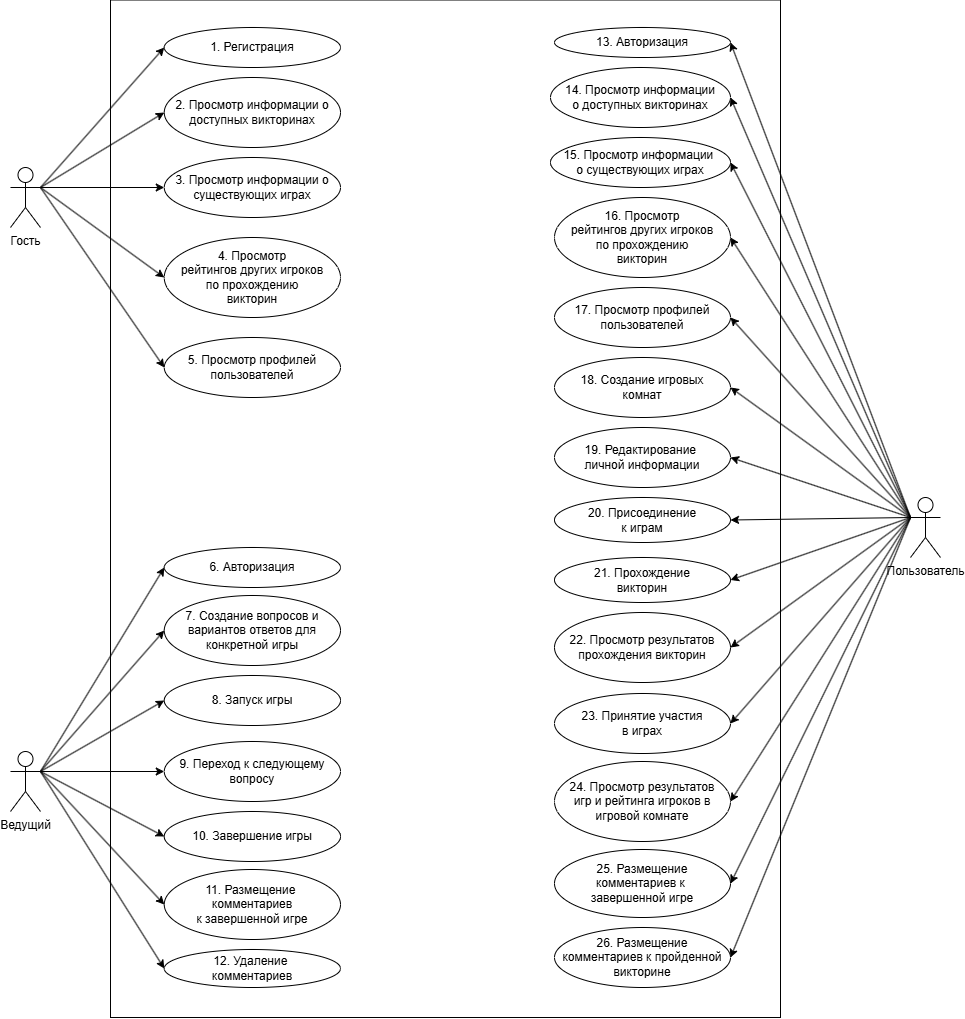
Earlier version of the draw.io export Documentation/diagrams/new 2.0/UseCase_WithNumbers.drawio (1).png (pome1lo/Bellini). Source tidied: cells renumbered, new cells last; positions are measured from the earlier drawing's top-left corner, leaving out a move shared by most shapes.
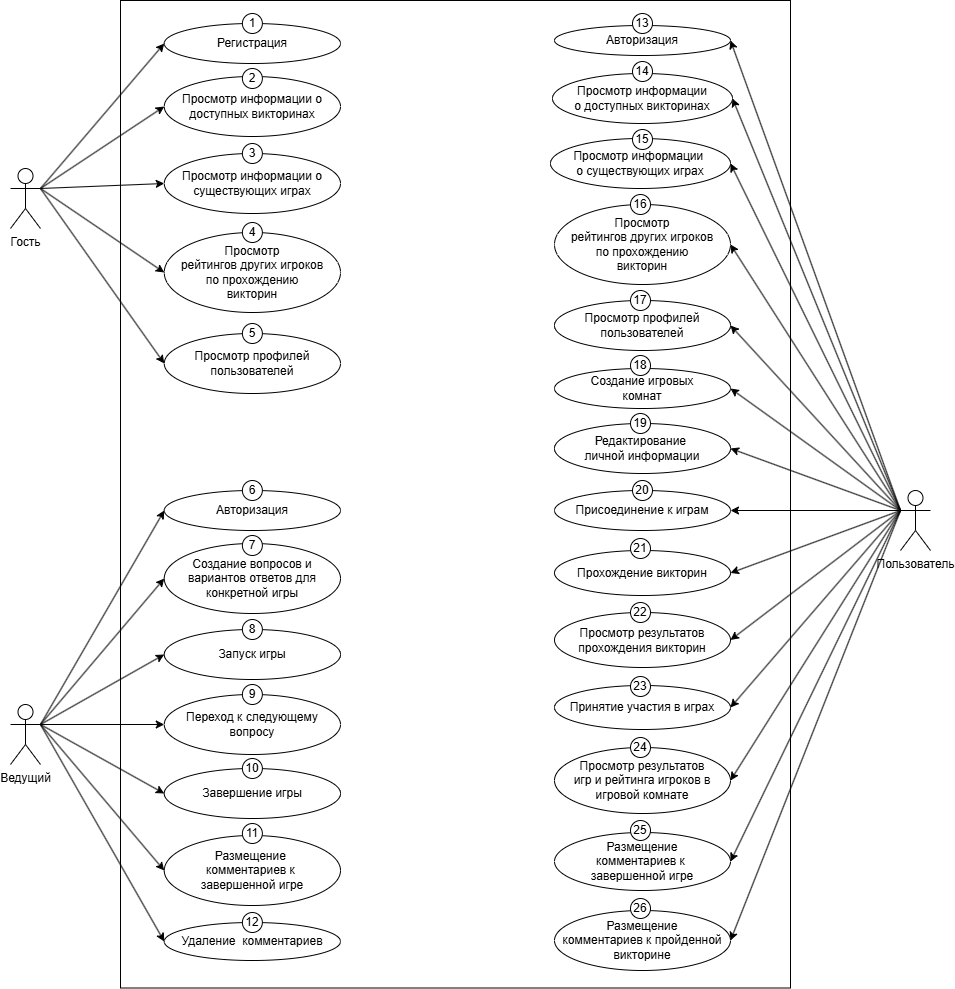
After the commit.

What changed in the source:
```diff
@@ -3,7 +3,7 @@
     <mxCell id="0" />
     <mxCell id="1" parent="0" />
     <mxCell id="2" style="rounded=0;whiteSpace=wrap;html=1;" parent="1" vertex="1">
-      <mxGeometry x="100" y="0.5" width="670" height="1017.5" as="geometry" />
+      <mxGeometry x="110" y="18" width="670" height="987.5" as="geometry" />
     </mxCell>
     <mxCell id="3" style="rounded=0;jettySize=auto;html=1;exitX=0;exitY=0.3333333333333333;exitDx=0;exitDy=0;exitPerimeter=0;entryX=1;entryY=0.5;entryDx=0;entryDy=0;" parent="1" edge="1" source="17" target="34">
       <mxGeometry relative="1" as="geometry" />
@@ -48,7 +48,7 @@
       <mxGeometry relative="1" as="geometry" />
     </mxCell>
     <mxCell id="17" value="Пользователь" style="shape=umlActor;verticalLabelPosition=bottom;verticalAlign=top;html=1;outlineConnect=0;" parent="1" vertex="1">
-      <mxGeometry x="900" y="498" width="30" height="60" as="geometry" />
+      <mxGeometry x="890" y="508" width="30" height="60" as="geometry" />
     </mxCell>
     <mxCell id="18" style="rounded=0;jettySize=auto;html=1;exitX=1;exitY=0.3333333333333333;exitDx=0;exitDy=0;exitPerimeter=0;entryX=0;entryY=0.5;entryDx=0;entryDy=0;" parent="1" edge="1" source="25" target="33">
       <mxGeometry relative="1" as="geometry" />
@@ -72,7 +72,7 @@
       <mxGeometry relative="1" as="geometry" />
     </mxCell>
     <mxCell id="25" value="Ведущий" style="shape=umlActor;verticalLabelPosition=bottom;verticalAlign=top;html=1;outlineConnect=0;" parent="1" vertex="1">
-      <mxGeometry y="752" width="30" height="60" as="geometry" />
+      <mxGeometry y="722" width="30" height="60" as="geometry" />
     </mxCell>
     <mxCell id="26" style="rounded=0;jettySize=auto;html=1;entryX=0;entryY=0.5;entryDx=0;entryDy=0;exitX=1;exitY=0.3333333333333333;exitDx=0;exitDy=0;exitPerimeter=0;" parent="1" edge="1" source="31" target="32">
       <mxGeometry relative="1" as="geometry" />
@@ -90,85 +90,163 @@
       <mxGeometry relative="1" as="geometry" />
     </mxCell>
     <mxCell id="31" value="Гость" style="shape=umlActor;verticalLabelPosition=bottom;verticalAlign=top;html=1;outlineConnect=0;" parent="1" vertex="1">
-      <mxGeometry y="168" width="30" height="60" as="geometry" />
+      <mxGeometry y="186" width="30" height="60" as="geometry" />
     </mxCell>
-    <mxCell id="32" value="1. Регистрация" style="ellipse;whiteSpace=wrap;html=1;" parent="1" vertex="1">
-      <mxGeometry x="153.8" y="28" width="176.2" height="40" as="geometry" />
+    <mxCell id="32" value="Регистрация" style="ellipse;whiteSpace=wrap;html=1;" parent="1" vertex="1">
+      <mxGeometry x="153.8" y="41" width="176.2" height="40" as="geometry" />
     </mxCell>
-    <mxCell id="33" value="6.&amp;nbsp;Авторизация" style="ellipse;whiteSpace=wrap;html=1;" parent="1" vertex="1">
-      <mxGeometry x="153.8" y="548" width="176.2" height="40" as="geometry" />
+    <mxCell id="33" value="Авторизация" style="ellipse;whiteSpace=wrap;html=1;" parent="1" vertex="1">
+      <mxGeometry x="153.8" y="508" width="176.2" height="40" as="geometry" />
     </mxCell>
-    <mxCell id="34" value="13.&amp;nbsp;Авторизация" style="ellipse;whiteSpace=wrap;html=1;" parent="1" vertex="1">
-      <mxGeometry x="544" y="28" width="176" height="30" as="geometry" />
+    <mxCell id="34" value="Авторизация" style="ellipse;whiteSpace=wrap;html=1;" parent="1" vertex="1">
+      <mxGeometry x="544" y="43" width="176" height="30" as="geometry" />
     </mxCell>
-    <mxCell id="35" value="2. Просмотр информации о доступных викторинах" style="ellipse;whiteSpace=wrap;html=1;" parent="1" vertex="1">
-      <mxGeometry x="153.8" y="78" width="176.2" height="70" as="geometry" />
+    <mxCell id="35" value="Просмотр информации о доступных викторинах" style="ellipse;whiteSpace=wrap;html=1;" parent="1" vertex="1">
+      <mxGeometry x="153.8" y="94" width="176.2" height="60" as="geometry" />
     </mxCell>
-    <mxCell id="36" value="14.&amp;nbsp;Просмотр информации&lt;div&gt;о доступных викторинах&lt;/div&gt;" style="ellipse;whiteSpace=wrap;html=1;" parent="1" vertex="1">
-      <mxGeometry x="540" y="68" width="180" height="60" as="geometry" />
+    <mxCell id="36" value="Просмотр информации&lt;div&gt;о доступных викторинах&lt;/div&gt;" style="ellipse;whiteSpace=wrap;html=1;" parent="1" vertex="1">
+      <mxGeometry x="542" y="91" width="180" height="50" as="geometry" />
     </mxCell>
-    <mxCell id="37" value="3. Просмотр информации о существующих играх" style="ellipse;whiteSpace=wrap;html=1;" parent="1" vertex="1">
-      <mxGeometry x="153.8" y="158" width="176.2" height="60" as="geometry" />
+    <mxCell id="37" value="Просмотр информации о существующих играх" style="ellipse;whiteSpace=wrap;html=1;" parent="1" vertex="1">
+      <mxGeometry x="153.8" y="171" width="176.2" height="60" as="geometry" />
     </mxCell>
-    <mxCell id="38" value="15.&amp;nbsp;Просмотр информации&amp;nbsp;&lt;div&gt;о существующих играх&lt;/div&gt;" style="ellipse;whiteSpace=wrap;html=1;" parent="1" vertex="1">
-      <mxGeometry x="540" y="138" width="180" height="50" as="geometry" />
+    <mxCell id="38" value="Просмотр информации&amp;nbsp;&lt;div&gt;о существующих играх&lt;/div&gt;" style="ellipse;whiteSpace=wrap;html=1;" parent="1" vertex="1">
+      <mxGeometry x="540" y="156" width="180" height="50" as="geometry" />
     </mxCell>
-    <mxCell id="39" value="4.&amp;nbsp;Просмотр&lt;div&gt;рейтингов&amp;nbsp;&lt;span style=&quot;background-color: initial;&quot;&gt;других игроков&lt;/span&gt;&lt;div&gt;по прохождению&lt;/div&gt;&lt;div&gt;викторин&lt;/div&gt;&lt;/div&gt;" style="ellipse;whiteSpace=wrap;html=1;" parent="1" vertex="1">
-      <mxGeometry x="153.8" y="238" width="176.2" height="80" as="geometry" />
+    <mxCell id="39" value="Просмотр&lt;div&gt;рейтингов&amp;nbsp;&lt;span style=&quot;background-color: initial;&quot;&gt;других игроков&lt;/span&gt;&lt;div&gt;по прохождению&lt;/div&gt;&lt;div&gt;викторин&lt;/div&gt;&lt;/div&gt;" style="ellipse;whiteSpace=wrap;html=1;" parent="1" vertex="1">
+      <mxGeometry x="153.8" y="250" width="176.2" height="80" as="geometry" />
     </mxCell>
-    <mxCell id="40" value="16.&amp;nbsp;Просмотр&lt;div&gt;рейтингов&amp;nbsp;&lt;span style=&quot;background-color: initial;&quot;&gt;других игроков&lt;/span&gt;&lt;div&gt;по прохождению&lt;/div&gt;&lt;div&gt;викторин&lt;/div&gt;&lt;/div&gt;" style="ellipse;whiteSpace=wrap;html=1;" parent="1" vertex="1">
-      <mxGeometry x="544" y="198" width="176" height="80" as="geometry" />
+    <mxCell id="40" value="Просмотр&lt;div&gt;рейтингов&amp;nbsp;&lt;span style=&quot;background-color: initial;&quot;&gt;других игроков&lt;/span&gt;&lt;div&gt;по прохождению&lt;/div&gt;&lt;div&gt;викторин&lt;/div&gt;&lt;/div&gt;" style="ellipse;whiteSpace=wrap;html=1;" parent="1" vertex="1">
+      <mxGeometry x="544" y="222" width="176" height="80" as="geometry" />
     </mxCell>
-    <mxCell id="41" value="5.&amp;nbsp;Просмотр профилей пользователей" style="ellipse;whiteSpace=wrap;html=1;" parent="1" vertex="1">
-      <mxGeometry x="153.8" y="338" width="176.2" height="60" as="geometry" />
+    <mxCell id="41" value="Просмотр профилей пользователей" style="ellipse;whiteSpace=wrap;html=1;" parent="1" vertex="1">
+      <mxGeometry x="153.8" y="351" width="176.2" height="60" as="geometry" />
     </mxCell>
-    <mxCell id="42" value="17.&amp;nbsp;Просмотр профилей пользователей" style="ellipse;whiteSpace=wrap;html=1;" parent="1" vertex="1">
-      <mxGeometry x="544" y="288" width="176" height="60" as="geometry" />
+    <mxCell id="42" value="Просмотр профилей пользователей" style="ellipse;whiteSpace=wrap;html=1;" parent="1" vertex="1">
+      <mxGeometry x="544" y="318" width="176" height="50" as="geometry" />
     </mxCell>
-    <mxCell id="43" value="18.&amp;nbsp;Создание игровых &lt;br&gt;комнат" style="ellipse;whiteSpace=wrap;html=1;" parent="1" vertex="1">
-      <mxGeometry x="544" y="358" width="176" height="60" as="geometry" />
+    <mxCell id="43" value="Создание игровых &lt;br&gt;комнат" style="ellipse;whiteSpace=wrap;html=1;" parent="1" vertex="1">
+      <mxGeometry x="544" y="386" width="176" height="40" as="geometry" />
     </mxCell>
-    <mxCell id="44" value="19.&amp;nbsp;Редактирование&amp;nbsp;&lt;div&gt;личной информации&lt;/div&gt;" style="ellipse;whiteSpace=wrap;html=1;" parent="1" vertex="1">
-      <mxGeometry x="544" y="428" width="176" height="60" as="geometry" />
+    <mxCell id="44" value="Редактирование&amp;nbsp;&lt;div&gt;личной информации&lt;/div&gt;" style="ellipse;whiteSpace=wrap;html=1;" parent="1" vertex="1">
+      <mxGeometry x="544" y="441" width="176" height="50" as="geometry" />
     </mxCell>
-    <mxCell id="45" value="20.&amp;nbsp;Присоединение&lt;div&gt;к играм&lt;/div&gt;" style="ellipse;whiteSpace=wrap;html=1;" parent="1" vertex="1">
-      <mxGeometry x="544" y="498" width="176" height="45" as="geometry" />
+    <mxCell id="45" value="Присоединение&amp;nbsp;&lt;span style=&quot;background-color: initial;&quot;&gt;к играм&lt;/span&gt;" style="ellipse;whiteSpace=wrap;html=1;" parent="1" vertex="1">
+      <mxGeometry x="544" y="508" width="176" height="40" as="geometry" />
     </mxCell>
-    <mxCell id="46" value="21.&amp;nbsp;Прохождение &lt;br&gt;викторин" style="ellipse;whiteSpace=wrap;html=1;" parent="1" vertex="1">
-      <mxGeometry x="544" y="558" width="176" height="45" as="geometry" />
+    <mxCell id="46" value="Прохождение викторин" style="ellipse;whiteSpace=wrap;html=1;" parent="1" vertex="1">
+      <mxGeometry x="544" y="568" width="176" height="45" as="geometry" />
     </mxCell>
-    <mxCell id="47" value="22.&amp;nbsp;Просмотр результатов прохождения викторин" style="ellipse;whiteSpace=wrap;html=1;" parent="1" vertex="1">
-      <mxGeometry x="544" y="613" width="176" height="70" as="geometry" />
+    <mxCell id="47" value="Просмотр результатов прохождения викторин" style="ellipse;whiteSpace=wrap;html=1;" parent="1" vertex="1">
+      <mxGeometry x="544" y="630" width="176" height="55" as="geometry" />
     </mxCell>
-    <mxCell id="48" value="23.&amp;nbsp;Принятие участия&lt;div&gt;в играх&lt;/div&gt;" style="ellipse;whiteSpace=wrap;html=1;" parent="1" vertex="1">
-      <mxGeometry x="544" y="694" width="176" height="60" as="geometry" />
+    <mxCell id="48" value="Принятие участия&amp;nbsp;&lt;span style=&quot;background-color: initial;&quot;&gt;в играх&lt;/span&gt;" style="ellipse;whiteSpace=wrap;html=1;" parent="1" vertex="1">
+      <mxGeometry x="544" y="703" width="176" height="44" as="geometry" />
     </mxCell>
-    <mxCell id="49" value="24.&amp;nbsp;Просмотр результатов&lt;div&gt;игр и рейтинга игроков в игровой комнате&lt;/div&gt;" style="ellipse;whiteSpace=wrap;html=1;" parent="1" vertex="1">
-      <mxGeometry x="544" y="762" width="176" height="80" as="geometry" />
+    <mxCell id="49" value="Просмотр результатов&lt;div&gt;игр и рейтинга игроков в игровой комнате&lt;/div&gt;" style="ellipse;whiteSpace=wrap;html=1;" parent="1" vertex="1">
+      <mxGeometry x="544" y="765" width="176" height="66" as="geometry" />
     </mxCell>
-    <mxCell id="50" value="25.&amp;nbsp;Размещение &lt;br&gt;комментариев к&amp;nbsp;&lt;div&gt;завершенной игре&lt;/div&gt;" style="ellipse;whiteSpace=wrap;html=1;" parent="1" vertex="1">
-      <mxGeometry x="544" y="850" width="176" height="68" as="geometry" />
+    <mxCell id="50" value="Размещение &lt;br&gt;комментариев к&amp;nbsp;&lt;div&gt;завершенной игре&lt;/div&gt;" style="ellipse;whiteSpace=wrap;html=1;" parent="1" vertex="1">
+      <mxGeometry x="544" y="850" width="176" height="58" as="geometry" />
     </mxCell>
-    <mxCell id="51" value="26.&amp;nbsp;Размещение&lt;div&gt;комментариев к пройденной &lt;br&gt;викторине&lt;/div&gt;" style="ellipse;whiteSpace=wrap;html=1;" parent="1" vertex="1">
+    <mxCell id="51" value="Размещение&lt;div&gt;комментариев к пройденной &lt;br&gt;викторине&lt;/div&gt;" style="ellipse;whiteSpace=wrap;html=1;" parent="1" vertex="1">
       <mxGeometry x="544" y="928" width="176" height="60" as="geometry" />
     </mxCell>
-    <mxCell id="52" value="7.&amp;nbsp;Создание вопросов и вариантов ответов для &lt;br&gt;конкретной игры" style="ellipse;whiteSpace=wrap;html=1;" parent="1" vertex="1">
-      <mxGeometry x="153.8" y="596" width="176.2" height="70" as="geometry" />
+    <mxCell id="52" value="Создание вопросов и вариантов ответов для &lt;br&gt;конкретной игры" style="ellipse;whiteSpace=wrap;html=1;" parent="1" vertex="1">
+      <mxGeometry x="153.8" y="561" width="176.2" height="70" as="geometry" />
     </mxCell>
-    <mxCell id="53" value="8.&amp;nbsp;Запуск игры" style="ellipse;whiteSpace=wrap;html=1;" parent="1" vertex="1">
-      <mxGeometry x="153.8" y="676" width="176.2" height="50" as="geometry" />
+    <mxCell id="53" value="Запуск игры" style="ellipse;whiteSpace=wrap;html=1;" parent="1" vertex="1">
+      <mxGeometry x="153.8" y="647" width="176.2" height="50" as="geometry" />
     </mxCell>
-    <mxCell id="54" value="9.&amp;nbsp;Переход к следующему вопросу" style="ellipse;whiteSpace=wrap;html=1;" parent="1" vertex="1">
-      <mxGeometry x="153.8" y="742" width="176.2" height="60" as="geometry" />
+    <mxCell id="54" value="Переход к следующему вопросу" style="ellipse;whiteSpace=wrap;html=1;" parent="1" vertex="1">
+      <mxGeometry x="153.8" y="712" width="176.2" height="60" as="geometry" />
     </mxCell>
-    <mxCell id="55" value="10.&amp;nbsp;Завершение игры" style="ellipse;whiteSpace=wrap;html=1;" parent="1" vertex="1">
-      <mxGeometry x="153.8" y="812" width="176.2" height="50" as="geometry" />
+    <mxCell id="55" value="Завершение игры" style="ellipse;whiteSpace=wrap;html=1;" parent="1" vertex="1">
+      <mxGeometry x="153.8" y="786" width="176.2" height="50" as="geometry" />
     </mxCell>
-    <mxCell id="56" value="11. Размещение&amp;nbsp;&lt;div&gt;комментариев&lt;div&gt;к завершенной игре&lt;/div&gt;&lt;/div&gt;" style="ellipse;whiteSpace=wrap;html=1;" parent="1" vertex="1">
-      <mxGeometry x="153.8" y="870" width="176.2" height="70" as="geometry" />
+    <mxCell id="56" value="Размещение&amp;nbsp;&lt;div&gt;комментариев&amp;nbsp;&lt;span style=&quot;background-color: initial;&quot;&gt;к&amp;nbsp;&lt;/span&gt;&lt;/div&gt;&lt;div&gt;&lt;span style=&quot;background-color: initial;&quot;&gt;завершенной игре&lt;/span&gt;&lt;/div&gt;" style="ellipse;whiteSpace=wrap;html=1;" parent="1" vertex="1">
+      <mxGeometry x="153.8" y="853" width="176.2" height="70" as="geometry" />
     </mxCell>
-    <mxCell id="57" value="12. Удаление&amp;nbsp;&lt;div&gt;комментариев&lt;/div&gt;" style="ellipse;whiteSpace=wrap;html=1;" parent="1" vertex="1">
-      <mxGeometry x="153.8" y="950" width="176.2" height="38" as="geometry" />
+    <mxCell id="57" value="Удаление&amp;nbsp;&amp;nbsp;&lt;span style=&quot;background-color: initial;&quot;&gt;комментариев&lt;/span&gt;" style="ellipse;whiteSpace=wrap;html=1;" parent="1" vertex="1">
+      <mxGeometry x="153.8" y="940" width="176.2" height="38" as="geometry" />
     </mxCell>
+    <mxCell id="58" value="1" style="ellipse;whiteSpace=wrap;html=1;" parent="1" vertex="1">
+      <mxGeometry x="231.9" y="31" width="20" height="20" as="geometry" />
+    </mxCell>
+    <mxCell id="59" value="2" style="ellipse;whiteSpace=wrap;html=1;" parent="1" vertex="1">
+      <mxGeometry x="231.9" y="86" width="20" height="20" as="geometry" />
+    </mxCell>
+    <mxCell id="60" value="3" style="ellipse;whiteSpace=wrap;html=1;" parent="1" vertex="1">
+      <mxGeometry x="231.9" y="161" width="20" height="20" as="geometry" />
+    </mxCell>
+    <mxCell id="61" value="4" style="ellipse;whiteSpace=wrap;html=1;" parent="1" vertex="1">
+      <mxGeometry x="231.9" y="240" width="20" height="20" as="geometry" />
+    </mxCell>
+    <mxCell id="62" value="5" style="ellipse;whiteSpace=wrap;html=1;" parent="1" vertex="1">
+      <mxGeometry x="231.9" y="341" width="20" height="20" as="geometry" />
+    </mxCell>
+    <mxCell id="63" value="6" style="ellipse;whiteSpace=wrap;html=1;" parent="1" vertex="1">
+      <mxGeometry x="231.9" y="498" width="20" height="20" as="geometry" />
+    </mxCell>
+    <mxCell id="64" value="7" style="ellipse;whiteSpace=wrap;html=1;" parent="1" vertex="1">
+      <mxGeometry x="231.9" y="553" width="20" height="20" as="geometry" />
+    </mxCell>
+    <mxCell id="65" value="8" style="ellipse;whiteSpace=wrap;html=1;" parent="1" vertex="1">
+      <mxGeometry x="231.9" y="637" width="20" height="20" as="geometry" />
+    </mxCell>
+    <mxCell id="66" value="9" style="ellipse;whiteSpace=wrap;html=1;" parent="1" vertex="1">
+      <mxGeometry x="231.9" y="702" width="20" height="20" as="geometry" />
+    </mxCell>
+    <mxCell id="67" value="10" style="ellipse;whiteSpace=wrap;html=1;" parent="1" vertex="1">
+      <mxGeometry x="231.9" y="776" width="20" height="20" as="geometry" />
+    </mxCell>
+    <mxCell id="68" value="11" style="ellipse;whiteSpace=wrap;html=1;" parent="1" vertex="1">
+      <mxGeometry x="231.9" y="841" width="20" height="20" as="geometry" />
+    </mxCell>
+    <mxCell id="69" value="&lt;div style=&quot;&quot;&gt;&lt;span style=&quot;background-color: initial;&quot;&gt;12&lt;/span&gt;&lt;/div&gt;" style="ellipse;whiteSpace=wrap;html=1;align=center;" parent="1" vertex="1">
+      <mxGeometry x="231.9" y="930" width="20" height="20" as="geometry" />
+    </mxCell>
+    <mxCell id="70" value="13" style="ellipse;whiteSpace=wrap;html=1;" parent="1" vertex="1">
+      <mxGeometry x="622" y="31" width="20" height="20" as="geometry" />
+    </mxCell>
+    <mxCell id="71" value="14" style="ellipse;whiteSpace=wrap;html=1;" parent="1" vertex="1">
+      <mxGeometry x="622" y="79" width="20" height="20" as="geometry" />
+    </mxCell>
+    <mxCell id="72" value="15" style="ellipse;whiteSpace=wrap;html=1;" parent="1" vertex="1">
+      <mxGeometry x="622" y="147" width="20" height="20" as="geometry" />
+    </mxCell>
+    <mxCell id="73" value="16" style="ellipse;whiteSpace=wrap;html=1;" parent="1" vertex="1">
+      <mxGeometry x="620" y="212" width="20" height="20" as="geometry" />
+    </mxCell>
+    <mxCell id="74" value="17" style="ellipse;whiteSpace=wrap;html=1;" parent="1" vertex="1">
+      <mxGeometry x="620" y="308" width="20" height="20" as="geometry" />
+    </mxCell>
+    <mxCell id="75" value="18" style="ellipse;whiteSpace=wrap;html=1;" parent="1" vertex="1">
+      <mxGeometry x="620" y="373" width="20" height="20" as="geometry" />
+    </mxCell>
+    <mxCell id="76" value="19" style="ellipse;whiteSpace=wrap;html=1;" parent="1" vertex="1">
+      <mxGeometry x="620" y="431" width="20" height="20" as="geometry" />
+    </mxCell>
+    <mxCell id="77" value="20" style="ellipse;whiteSpace=wrap;html=1;" parent="1" vertex="1">
+      <mxGeometry x="622" y="498" width="20" height="20" as="geometry" />
+    </mxCell>
+    <mxCell id="78" value="21" style="ellipse;whiteSpace=wrap;html=1;" parent="1" vertex="1">
+      <mxGeometry x="620" y="556" width="20" height="20" as="geometry" />
+    </mxCell>
+    <mxCell id="79" value="22" style="ellipse;whiteSpace=wrap;html=1;" parent="1" vertex="1">
+      <mxGeometry x="620" y="620" width="20" height="20" as="geometry" />
+    </mxCell>
+    <mxCell id="80" value="23" style="ellipse;whiteSpace=wrap;html=1;" parent="1" vertex="1">
+      <mxGeometry x="620" y="694" width="20" height="20" as="geometry" />
+    </mxCell>
+    <mxCell id="81" value="24" style="ellipse;whiteSpace=wrap;html=1;" parent="1" vertex="1">
+      <mxGeometry x="620" y="755" width="20" height="20" as="geometry" />
+    </mxCell>
+    <mxCell id="82" value="25" style="ellipse;whiteSpace=wrap;html=1;" parent="1" vertex="1">
+      <mxGeometry x="620" y="838" width="20" height="20" as="geometry" />
+    </mxCell>
+    <mxCell id="83" value="26" style="ellipse;whiteSpace=wrap;html=1;" parent="1" vertex="1">
+      <mxGeometry x="620" y="916" width="20" height="20" as="geometry" />
+    </mxCell>
   </root>
 </mxGraphModel>
```
